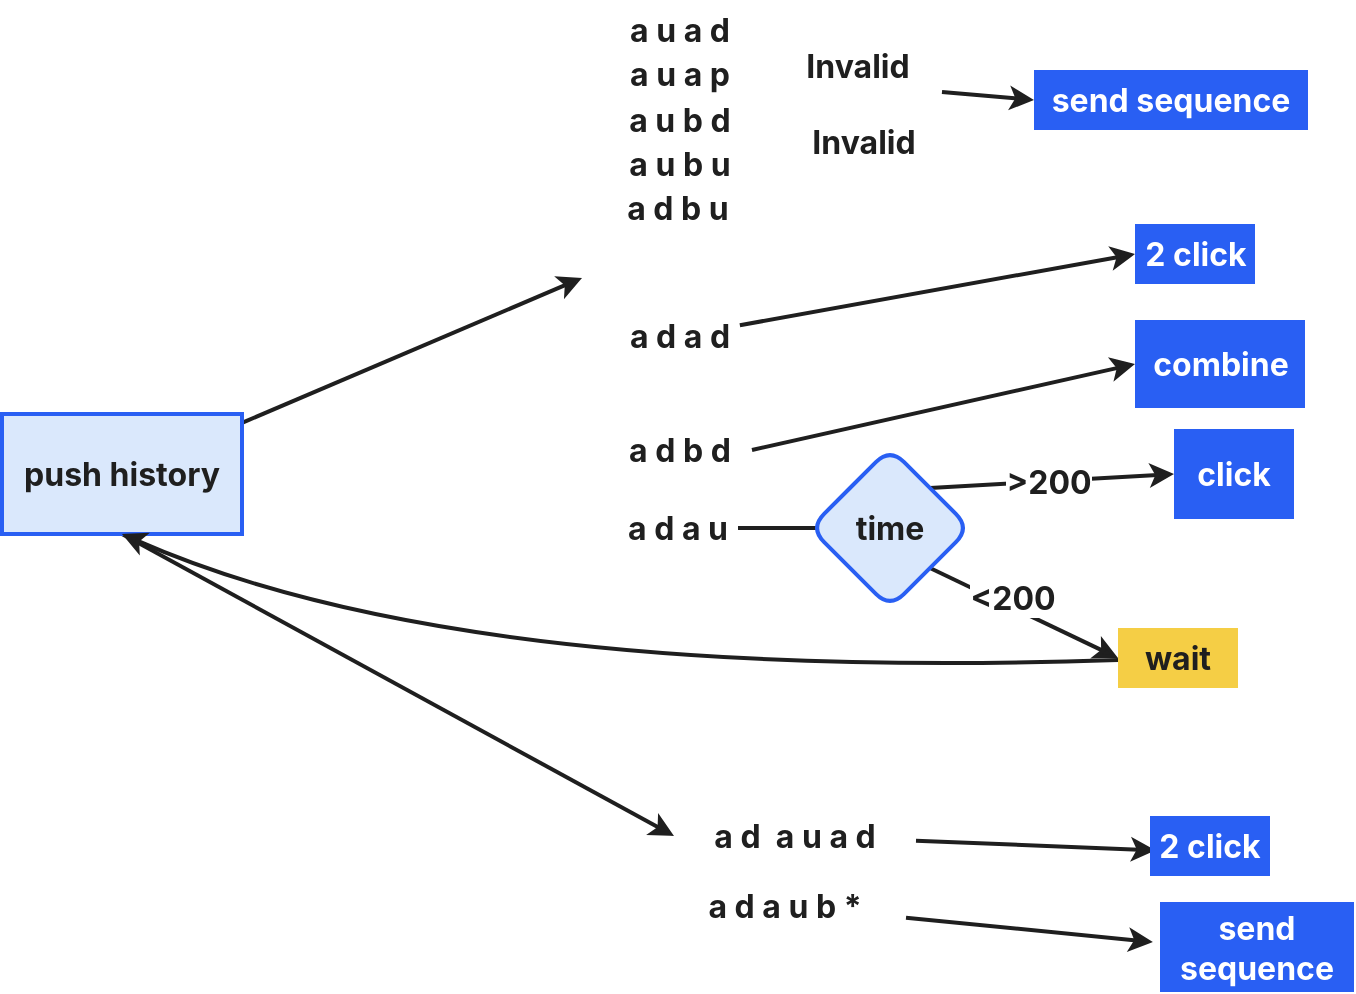
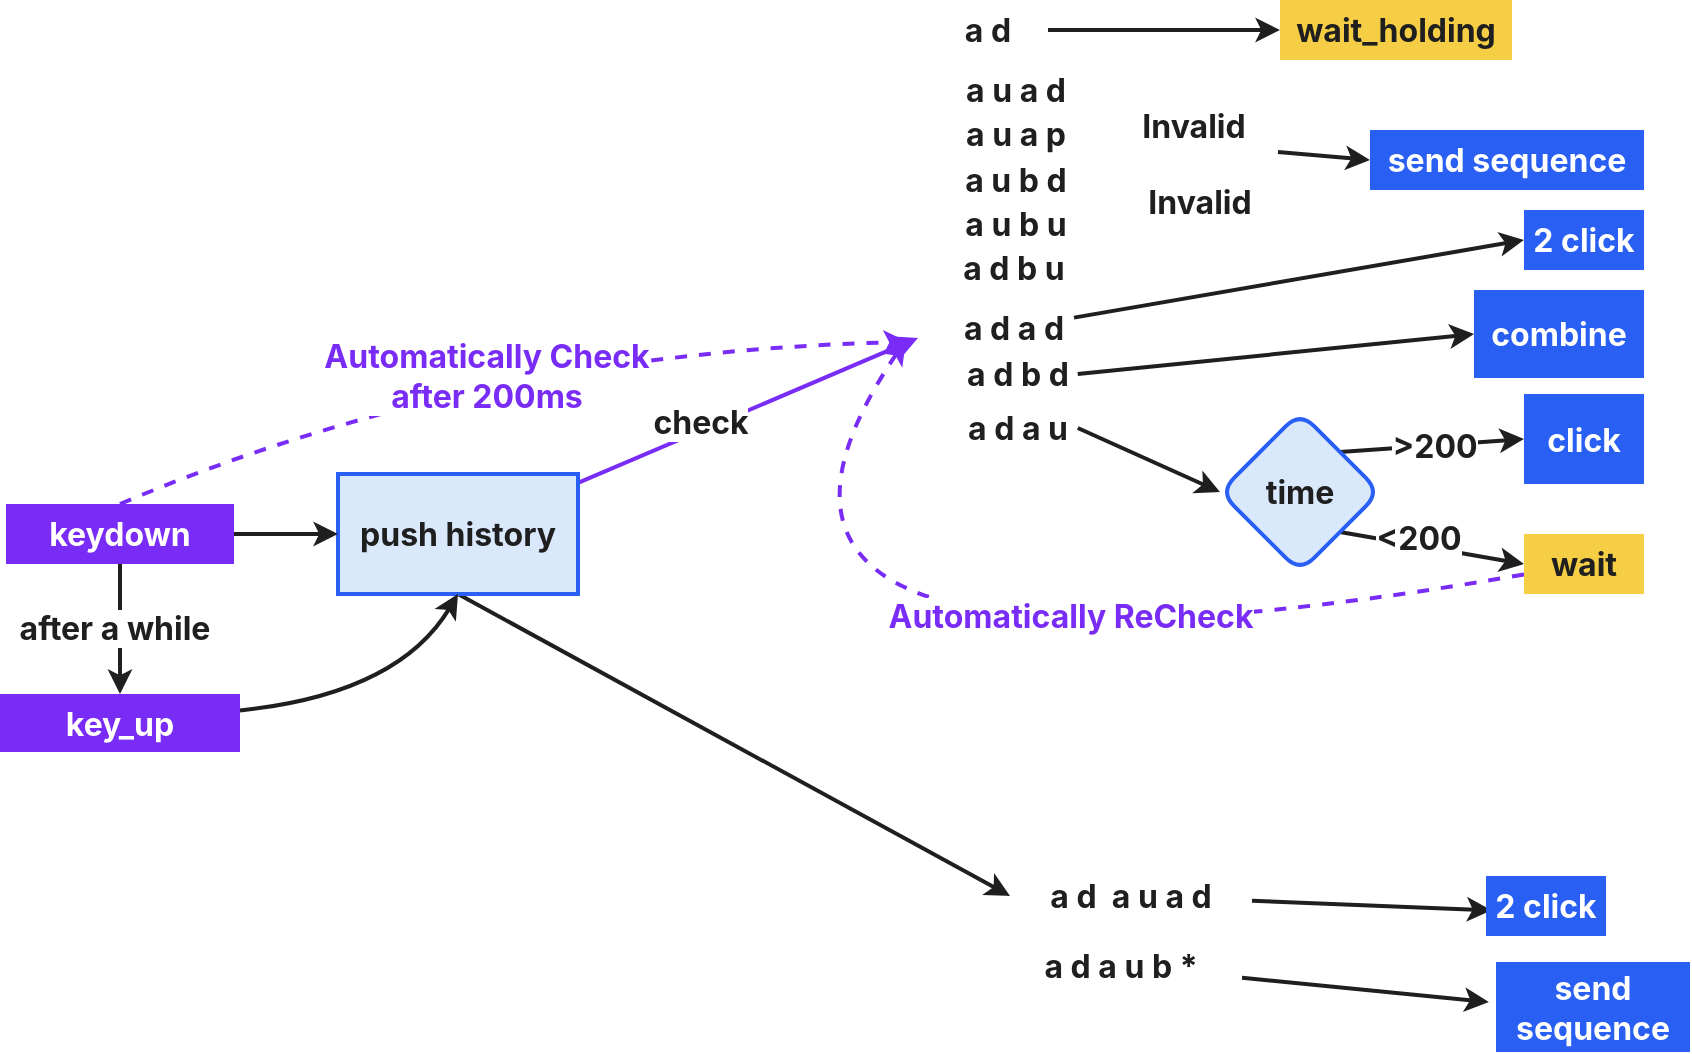
<mxfile host="Electron">
  <diagram name="第 1 页" id="pkKmNFdKuwxD6cocCO-O">
-     <mxGraphModel dx="949" dy="1098" grid="0" gridSize="10" guides="1" tooltips="1" connect="1" arrows="1" fold="1" page="0" pageScale="1" pageWidth="900" pageHeight="1600" math="0" shadow="0">
+     <mxGraphModel dx="1251" dy="1474" grid="0" gridSize="10" guides="1" tooltips="1" connect="1" arrows="1" fold="1" page="0" pageScale="1" pageWidth="900" pageHeight="1600" math="0" shadow="0">
      <root>
        <mxCell id="0" />
        <mxCell id="1" parent="0" />
-         <mxCell id="8RSGQX9VDeTdYY-9ZrZC-3" edge="1" parent="1" source="8RSGQX9VDeTdYY-9ZrZC-1" style="edgeStyle=none;curved=1;rounded=1;html=1;entryX=0;entryY=0.5;entryDx=0;entryDy=0;strokeColor=#1f1f1f;strokeWidth=2;fontFamily=Inter;fontSize=13;fontColor=#1f1f1f;fontStyle=1;">
+         <mxCell id="8RSGQX9VDeTdYY-9ZrZC-3" edge="1" parent="1" source="8RSGQX9VDeTdYY-9ZrZC-1" style="edgeStyle=none;curved=1;rounded=1;html=1;entryX=0;entryY=0.5;entryDx=0;entryDy=0;strokeColor=#792CF6;strokeWidth=2;fontFamily=Inter;fontSize=13;fontColor=#1f1f1f;fontStyle=1;fillColor=#F6E0FF;">
          <mxGeometry relative="1" as="geometry">
            <mxPoint x="81" y="-6" as="targetPoint" />
          </mxGeometry>
        </mxCell>
        <mxCell id="8RSGQX9VDeTdYY-9ZrZC-4" connectable="0" parent="8RSGQX9VDeTdYY-9ZrZC-3" style="edgeLabel;html=1;align=center;verticalAlign=middle;resizable=0;points=[];rounded=1;strokeColor=#295FF3;strokeWidth=2;fontFamily=Inter;fontSize=16;fontColor=#1f1f1f;fontStyle=1;fillColor=#dae8fc;" value="" vertex="1">
          <mxGeometry relative="1" x="-0.176" y="3" as="geometry">
            <mxPoint as="offset" />
          </mxGeometry>
        </mxCell>
        <mxCell id="8RSGQX9VDeTdYY-9ZrZC-5" connectable="0" parent="8RSGQX9VDeTdYY-9ZrZC-3" style="edgeLabel;html=1;align=center;verticalAlign=middle;resizable=0;points=[];rounded=1;strokeColor=#295FF3;strokeWidth=2;fontFamily=Inter;fontSize=16;fontColor=#1f1f1f;fontStyle=1;fillColor=#dae8fc;" value="" vertex="1">
          <mxGeometry relative="1" x="-0.0194" y="-7" as="geometry">
            <mxPoint as="offset" />
          </mxGeometry>
        </mxCell>
        <mxCell id="8RSGQX9VDeTdYY-9ZrZC-6" connectable="0" parent="8RSGQX9VDeTdYY-9ZrZC-3" style="edgeLabel;html=1;align=center;verticalAlign=middle;resizable=0;points=[];rounded=1;strokeColor=#295FF3;strokeWidth=2;fontFamily=Inter;fontSize=16;fontColor=#1f1f1f;fontStyle=1;fillColor=#dae8fc;" value="" vertex="1">
          <mxGeometry relative="1" x="-0.1575" y="4" as="geometry">
            <mxPoint as="offset" />
          </mxGeometry>
        </mxCell>
+         <mxCell id="yL5J5KfqwDVZsvk7tL1g-2" connectable="0" parent="8RSGQX9VDeTdYY-9ZrZC-3" style="edgeLabel;html=1;align=center;verticalAlign=middle;resizable=0;points=[];rounded=1;strokeColor=#295FF3;strokeWidth=2;fontFamily=Inter;fontSize=16;fontColor=#1f1f1f;fontStyle=1;fillColor=#dae8fc;" value="check" vertex="1">
+           <mxGeometry relative="1" x="-0.2646" y="4" as="geometry">
+             <mxPoint as="offset" />
+           </mxGeometry>
+         </mxCell>
        <mxCell id="8RSGQX9VDeTdYY-9ZrZC-37" edge="1" parent="1" source="8RSGQX9VDeTdYY-9ZrZC-1" style="edgeStyle=none;curved=1;rounded=1;html=1;exitX=0.5;exitY=1;exitDx=0;exitDy=0;entryX=0;entryY=0.5;entryDx=0;entryDy=0;strokeColor=#1f1f1f;strokeWidth=2;fontFamily=Inter;fontSize=13;fontColor=#1f1f1f;fontStyle=1;" target="8RSGQX9VDeTdYY-9ZrZC-31">
          <mxGeometry relative="1" as="geometry" />
        </mxCell>
        <mxCell id="8RSGQX9VDeTdYY-9ZrZC-1" parent="1" style="rounded=0;whiteSpace=wrap;html=1;strokeColor=#295FF3;strokeWidth=2;fontFamily=Inter;fontSize=16;fontColor=#1f1f1f;fontStyle=1;fillColor=#dae8fc;" value="push history" vertex="1">
          <mxGeometry height="60" width="120" x="-209" y="62" as="geometry" />
        </mxCell>
        <mxCell id="8RSGQX9VDeTdYY-9ZrZC-44" edge="1" parent="1" source="8RSGQX9VDeTdYY-9ZrZC-11" style="edgeStyle=none;curved=1;rounded=1;html=1;entryX=0;entryY=0.5;entryDx=0;entryDy=0;strokeColor=#1f1f1f;strokeWidth=2;fontFamily=Inter;fontSize=13;fontColor=#1f1f1f;fontStyle=1;" target="8RSGQX9VDeTdYY-9ZrZC-43">
          <mxGeometry relative="1" as="geometry" />
        </mxCell>
        <mxCell id="8RSGQX9VDeTdYY-9ZrZC-11" parent="1" style="text;html=1;whiteSpace=wrap;strokeColor=none;fillColor=none;align=center;verticalAlign=middle;rounded=0;fontFamily=Inter;fontSize=16;fontColor=#1f1f1f;fontStyle=1;" value="a d a d" vertex="1">
-           <mxGeometry height="30" width="60" x="99.94" y="8" as="geometry" />
-         </mxCell>
-         <mxCell id="8RSGQX9VDeTdYY-9ZrZC-22" edge="1" parent="1" source="8RSGQX9VDeTdYY-9ZrZC-12" style="edgeStyle=none;curved=1;rounded=1;html=1;strokeColor=#1f1f1f;strokeWidth=2;fontFamily=Inter;fontSize=13;fontColor=#1f1f1f;fontStyle=1;">
-           <mxGeometry relative="1" as="geometry">
-             <mxPoint x="254.42857360839844" y="119" as="targetPoint" />
+           <mxGeometry height="30" width="60" x="99" y="-26" as="geometry" />
+         </mxCell>
+         <mxCell id="8RSGQX9VDeTdYY-9ZrZC-22" edge="1" parent="1" source="8RSGQX9VDeTdYY-9ZrZC-12" style="edgeStyle=none;curved=1;rounded=1;html=1;strokeColor=#1f1f1f;strokeWidth=2;fontFamily=Inter;fontSize=13;fontColor=#1f1f1f;fontStyle=1;entryX=0;entryY=0.5;entryDx=0;entryDy=0;exitX=1;exitY=0.5;exitDx=0;exitDy=0;" target="8RSGQX9VDeTdYY-9ZrZC-24">
+           <mxGeometry relative="1" as="geometry">
+             <mxPoint x="249" y="114" as="targetPoint" />
          </mxGeometry>
        </mxCell>
        <mxCell id="8RSGQX9VDeTdYY-9ZrZC-12" parent="1" style="text;html=1;whiteSpace=wrap;strokeColor=none;fillColor=none;align=center;verticalAlign=middle;rounded=0;fontFamily=Inter;fontSize=16;fontColor=#1f1f1f;fontStyle=1;" value="a d a u" vertex="1">
-           <mxGeometry height="30" width="60" x="99" y="104" as="geometry" />
+           <mxGeometry height="30" width="60" x="100.88" y="24" as="geometry" />
        </mxCell>
        <mxCell id="8RSGQX9VDeTdYY-9ZrZC-13" parent="1" style="text;html=1;whiteSpace=wrap;strokeColor=none;fillColor=none;align=center;verticalAlign=middle;rounded=0;fontFamily=Inter;fontSize=16;fontColor=#1f1f1f;fontStyle=1;" value="a d b u" vertex="1">
          <mxGeometry height="30" width="60" x="99" y="-56" as="geometry" />
        </mxCell>
-         <mxCell id="8RSGQX9VDeTdYY-9ZrZC-35" edge="1" parent="1" style="edgeStyle=none;curved=1;rounded=1;html=1;strokeColor=#1f1f1f;strokeWidth=2;fontFamily=Inter;fontSize=13;fontColor=#1f1f1f;fontStyle=1;entryX=0;entryY=0.5;entryDx=0;entryDy=0;" target="8RSGQX9VDeTdYY-9ZrZC-36">
+         <mxCell id="8RSGQX9VDeTdYY-9ZrZC-35" edge="1" parent="1" source="8RSGQX9VDeTdYY-9ZrZC-15" style="edgeStyle=none;curved=1;rounded=1;html=1;strokeColor=#1f1f1f;strokeWidth=2;fontFamily=Inter;fontSize=13;fontColor=#1f1f1f;fontStyle=1;entryX=0;entryY=0.5;entryDx=0;entryDy=0;exitX=1;exitY=0.5;exitDx=0;exitDy=0;" target="8RSGQX9VDeTdYY-9ZrZC-36">
          <mxGeometry relative="1" as="geometry">
            <mxPoint x="166" y="80" as="sourcePoint" />
            <mxPoint x="259.5714569091797" y="43.714324951171875" as="targetPoint" />
          </mxGeometry>
        </mxCell>
        <mxCell id="8RSGQX9VDeTdYY-9ZrZC-15" parent="1" style="text;html=1;whiteSpace=wrap;strokeColor=none;fillColor=none;align=center;verticalAlign=middle;rounded=0;fontFamily=Inter;fontSize=16;fontColor=#1f1f1f;fontStyle=1;" value="a d&lt;span style=&quot;background-color: transparent; color: light-dark(rgb(31, 31, 31), rgb(210, 210, 210));&quot;&gt;&amp;nbsp;b d&lt;/span&gt;" vertex="1">
-           <mxGeometry height="30" width="60" x="99.94" y="65" as="geometry" />
+           <mxGeometry height="30" width="60" x="100.87" y="-3" as="geometry" />
        </mxCell>
        <mxCell id="8RSGQX9VDeTdYY-9ZrZC-19" parent="1" style="text;html=1;whiteSpace=wrap;strokeColor=none;fillColor=none;align=center;verticalAlign=middle;rounded=0;fontFamily=Inter;fontSize=16;fontColor=#1f1f1f;fontStyle=1;" value="Invalid" vertex="1">
          <mxGeometry height="30" width="60" x="189" y="-127" as="geometry" />
        </mxCell>
        <mxCell id="8RSGQX9VDeTdYY-9ZrZC-21" parent="1" style="text;html=1;whiteSpace=wrap;strokeColor=none;fillColor=none;align=center;verticalAlign=middle;rounded=0;fontFamily=Inter;fontSize=16;fontColor=#1f1f1f;fontStyle=1;" value="Invalid" vertex="1">
          <mxGeometry height="30" width="60" x="192" y="-89" as="geometry" />
        </mxCell>
-         <mxCell id="8RSGQX9VDeTdYY-9ZrZC-26" edge="1" parent="1" source="8RSGQX9VDeTdYY-9ZrZC-23" style="edgeStyle=none;curved=1;rounded=1;html=1;entryX=0.5;entryY=1;entryDx=0;entryDy=0;strokeColor=#1f1f1f;strokeWidth=2;fontFamily=Inter;fontSize=13;fontColor=#1f1f1f;fontStyle=1;" target="8RSGQX9VDeTdYY-9ZrZC-1">
+         <mxCell id="8RSGQX9VDeTdYY-9ZrZC-26" edge="1" parent="1" source="8RSGQX9VDeTdYY-9ZrZC-23" style="edgeStyle=none;curved=1;rounded=1;html=1;strokeColor=#792CF6;strokeWidth=2;fontFamily=Inter;fontSize=13;fontColor=#1f1f1f;fontStyle=1;dashed=1;fillColor=#F6E0FF;">
          <mxGeometry relative="1" as="geometry">
            <Array as="points">
-               <mxPoint x="19" y="196" />
+               <mxPoint x="-57" y="189" />
            </Array>
+             <mxPoint x="75" y="-5" as="targetPoint" />
+           </mxGeometry>
+         </mxCell>
+         <mxCell id="yL5J5KfqwDVZsvk7tL1g-1" connectable="0" parent="8RSGQX9VDeTdYY-9ZrZC-26" style="edgeLabel;html=1;align=center;verticalAlign=middle;resizable=0;points=[];rounded=1;strokeColor=#295FF3;strokeWidth=2;fontFamily=Inter;fontSize=16;fontColor=#792CF6;fontStyle=1;fillColor=#dae8fc;" value="Automatically ReCheck" vertex="1">
+           <mxGeometry relative="1" x="0.0144" y="-14" as="geometry">
+             <mxPoint x="116" y="-25" as="offset" />
          </mxGeometry>
        </mxCell>
        <mxCell id="8RSGQX9VDeTdYY-9ZrZC-23" parent="1" style="text;html=1;whiteSpace=wrap;strokeColor=none;fillColor=#F5CE45;align=center;verticalAlign=middle;rounded=0;fontFamily=Inter;fontSize=16;fontColor=#1f1f1f;fontStyle=1;" value="wait" vertex="1">
-           <mxGeometry height="30" width="60" x="349" y="169" as="geometry" />
+           <mxGeometry height="30" width="60" x="384" y="92" as="geometry" />
        </mxCell>
        <mxCell id="8RSGQX9VDeTdYY-9ZrZC-25" edge="1" parent="1" source="8RSGQX9VDeTdYY-9ZrZC-24" style="edgeStyle=none;curved=1;rounded=1;html=1;exitX=1;exitY=1;exitDx=0;exitDy=0;entryX=0;entryY=0.5;entryDx=0;entryDy=0;strokeColor=#1f1f1f;strokeWidth=2;fontFamily=Inter;fontSize=13;fontColor=#1f1f1f;fontStyle=1;" target="8RSGQX9VDeTdYY-9ZrZC-23">
          <mxGeometry relative="1" as="geometry" />
        </mxCell>
        <mxCell id="8RSGQX9VDeTdYY-9ZrZC-42" connectable="0" parent="8RSGQX9VDeTdYY-9ZrZC-25" style="edgeLabel;html=1;align=center;verticalAlign=middle;resizable=0;points=[];rounded=1;strokeColor=#295FF3;strokeWidth=2;fontFamily=Inter;fontSize=16;fontColor=#1f1f1f;fontStyle=1;fillColor=#dae8fc;" value="&amp;lt;200" vertex="1">
          <mxGeometry relative="1" x="-0.1661" y="4" as="geometry">
            <mxPoint as="offset" />
          </mxGeometry>
        </mxCell>
        <mxCell id="8RSGQX9VDeTdYY-9ZrZC-27" edge="1" parent="1" source="8RSGQX9VDeTdYY-9ZrZC-24" style="edgeStyle=none;curved=1;rounded=1;html=1;exitX=1;exitY=0;exitDx=0;exitDy=0;strokeColor=#1f1f1f;strokeWidth=2;fontFamily=Inter;fontSize=13;fontColor=#1f1f1f;fontStyle=1;entryX=0;entryY=0.5;entryDx=0;entryDy=0;" target="8RSGQX9VDeTdYY-9ZrZC-28">
          <mxGeometry relative="1" as="geometry">
            <mxPoint x="355.5714569091797" y="74.00006103515625" as="targetPoint" />
          </mxGeometry>
        </mxCell>
        <mxCell id="8RSGQX9VDeTdYY-9ZrZC-41" connectable="0" parent="8RSGQX9VDeTdYY-9ZrZC-27" style="edgeLabel;html=1;align=center;verticalAlign=middle;resizable=0;points=[];rounded=1;strokeColor=#295FF3;strokeWidth=2;fontFamily=Inter;fontSize=16;fontColor=#1f1f1f;fontStyle=1;fillColor=#dae8fc;" value="&amp;gt;200" vertex="1">
          <mxGeometry relative="1" x="-0.2231" y="2" as="geometry">
            <mxPoint x="11" y="1" as="offset" />
          </mxGeometry>
        </mxCell>
        <mxCell id="8RSGQX9VDeTdYY-9ZrZC-24" parent="1" style="rhombus;whiteSpace=wrap;html=1;rounded=1;strokeColor=#295FF3;strokeWidth=2;fontFamily=Inter;fontSize=16;fontColor=#1f1f1f;fontStyle=1;fillColor=#dae8fc;" value="time" vertex="1">
-           <mxGeometry height="80" width="80" x="195" y="79" as="geometry" />
+           <mxGeometry height="80" width="80" x="232" y="31" as="geometry" />
        </mxCell>
        <mxCell id="8RSGQX9VDeTdYY-9ZrZC-28" parent="1" style="text;html=1;whiteSpace=wrap;strokeColor=none;fillColor=#295FF3;align=center;verticalAlign=middle;rounded=0;fontFamily=Inter;fontSize=16;fontColor=#ffffff;fontStyle=1;" value="click" vertex="1">
-           <mxGeometry height="45" width="60" x="377" y="69.5" as="geometry" />
+           <mxGeometry height="45" width="60" x="384" y="22" as="geometry" />
        </mxCell>
        <mxCell id="8RSGQX9VDeTdYY-9ZrZC-29" parent="1" style="text;html=1;whiteSpace=wrap;strokeColor=none;fillColor=#295FF3;align=center;verticalAlign=middle;rounded=0;fontFamily=Inter;fontSize=16;fontColor=#ffffff;fontStyle=1;" value="send sequence" vertex="1">
          <mxGeometry height="30" width="137" x="307" y="-110" as="geometry" />
        </mxCell>
        <mxCell id="8RSGQX9VDeTdYY-9ZrZC-9" parent="1" style="text;html=1;whiteSpace=wrap;strokeColor=none;fillColor=none;align=center;verticalAlign=middle;rounded=0;fontFamily=Inter;fontSize=16;fontColor=#1f1f1f;fontStyle=1;" value="a u a d" vertex="1">
          <mxGeometry height="30" width="61.875" x="99" y="-145" as="geometry" />
        </mxCell>
        <mxCell id="8RSGQX9VDeTdYY-9ZrZC-10" parent="1" style="text;html=1;whiteSpace=wrap;strokeColor=none;fillColor=none;align=center;verticalAlign=middle;rounded=0;fontFamily=Inter;fontSize=16;fontColor=#1f1f1f;fontStyle=1;" value="a u a p" vertex="1">
          <mxGeometry height="30" width="61.875" x="99" y="-123" as="geometry" />
        </mxCell>
        <mxCell id="8RSGQX9VDeTdYY-9ZrZC-14" parent="1" style="text;html=1;whiteSpace=wrap;strokeColor=none;fillColor=none;align=center;verticalAlign=middle;rounded=0;fontFamily=Inter;fontSize=16;fontColor=#1f1f1f;fontStyle=1;" value="a u&lt;span style=&quot;background-color: transparent; color: light-dark(rgb(31, 31, 31), rgb(210, 210, 210));&quot;&gt;&amp;nbsp;b d&lt;/span&gt;" vertex="1">
          <mxGeometry height="30" width="61.875" x="99" y="-100" as="geometry" />
        </mxCell>
        <mxCell id="8RSGQX9VDeTdYY-9ZrZC-17" parent="1" style="text;html=1;whiteSpace=wrap;strokeColor=none;fillColor=none;align=center;verticalAlign=middle;rounded=0;fontFamily=Inter;fontSize=16;fontColor=#1f1f1f;fontStyle=1;" value="a u b u" vertex="1">
          <mxGeometry height="30" width="61.875" x="99" y="-78" as="geometry" />
        </mxCell>
        <mxCell id="8RSGQX9VDeTdYY-9ZrZC-32" edge="1" parent="1" source="8RSGQX9VDeTdYY-9ZrZC-31" style="edgeStyle=none;curved=1;rounded=1;html=1;strokeColor=#1f1f1f;strokeWidth=2;fontFamily=Inter;fontSize=13;fontColor=#1f1f1f;fontStyle=1;">
          <mxGeometry relative="1" as="geometry">
            <mxPoint x="367.7142791748047" y="280.1428527832031" as="targetPoint" />
          </mxGeometry>
        </mxCell>
        <mxCell id="8RSGQX9VDeTdYY-9ZrZC-31" parent="1" style="text;html=1;whiteSpace=wrap;strokeColor=none;fillColor=none;align=center;verticalAlign=middle;rounded=0;fontFamily=Inter;fontSize=16;fontColor=#1f1f1f;fontStyle=1;" value="a d&amp;nbsp; a u a d" vertex="1">
          <mxGeometry height="30" width="121" x="127" y="258" as="geometry" />
        </mxCell>
        <mxCell id="8RSGQX9VDeTdYY-9ZrZC-33" parent="1" style="text;html=1;whiteSpace=wrap;strokeColor=none;fillColor=#295FF3;align=center;verticalAlign=middle;rounded=0;fontFamily=Inter;fontSize=16;fontColor=#ffffff;fontStyle=1;" value="2 click" vertex="1">
          <mxGeometry height="30" width="60" x="365" y="263" as="geometry" />
        </mxCell>
        <mxCell id="8RSGQX9VDeTdYY-9ZrZC-34" edge="1" parent="1" style="endArrow=classic;html=1;rounded=1;strokeColor=#1f1f1f;strokeWidth=2;fontFamily=Inter;fontSize=13;fontColor=#1f1f1f;fontStyle=1;curved=1;entryX=0;entryY=0.5;entryDx=0;entryDy=0;" target="8RSGQX9VDeTdYY-9ZrZC-29" value="">
          <mxGeometry height="50" relative="1" width="50" as="geometry">
            <mxPoint x="261" y="-99" as="sourcePoint" />
            <mxPoint x="302" y="-96" as="targetPoint" />
          </mxGeometry>
        </mxCell>
        <mxCell id="8RSGQX9VDeTdYY-9ZrZC-36" parent="1" style="text;html=1;whiteSpace=wrap;strokeColor=none;fillColor=#295FF3;align=center;verticalAlign=middle;rounded=0;fontFamily=Inter;fontSize=16;fontColor=#ffffff;fontStyle=1;" value="combine" vertex="1">
-           <mxGeometry height="44" width="85" x="357.5" y="15" as="geometry" />
+           <mxGeometry height="44" width="85" x="359" y="-30" as="geometry" />
        </mxCell>
        <mxCell id="8RSGQX9VDeTdYY-9ZrZC-39" edge="1" parent="1" source="8RSGQX9VDeTdYY-9ZrZC-38" style="edgeStyle=none;curved=1;rounded=1;html=1;strokeColor=#1f1f1f;strokeWidth=2;fontFamily=Inter;fontSize=13;fontColor=#1f1f1f;fontStyle=1;">
          <mxGeometry relative="1" as="geometry">
            <mxPoint x="366.4286346435547" y="326" as="targetPoint" />
          </mxGeometry>
        </mxCell>
        <mxCell id="8RSGQX9VDeTdYY-9ZrZC-38" parent="1" style="text;html=1;whiteSpace=wrap;strokeColor=none;fillColor=none;align=center;verticalAlign=middle;rounded=0;fontFamily=Inter;fontSize=16;fontColor=#1f1f1f;fontStyle=1;" value="a d a u b *" vertex="1">
          <mxGeometry height="30" width="121" x="122" y="293" as="geometry" />
        </mxCell>
        <mxCell id="8RSGQX9VDeTdYY-9ZrZC-40" parent="1" style="text;html=1;whiteSpace=wrap;strokeColor=none;fillColor=#295FF3;align=center;verticalAlign=middle;rounded=0;fontFamily=Inter;fontSize=16;fontColor=#ffffff;fontStyle=1;" value="send sequence" vertex="1">
          <mxGeometry height="45" width="97" x="370" y="306" as="geometry" />
        </mxCell>
        <mxCell id="8RSGQX9VDeTdYY-9ZrZC-43" parent="1" style="text;html=1;whiteSpace=wrap;strokeColor=none;fillColor=#295FF3;align=center;verticalAlign=middle;rounded=0;fontFamily=Inter;fontSize=16;fontColor=#ffffff;fontStyle=1;" value="2 click" vertex="1">
-           <mxGeometry height="30" width="60" x="357.5" y="-33" as="geometry" />
+           <mxGeometry height="30" width="60" x="384" y="-70" as="geometry" />
+         </mxCell>
+         <mxCell id="yL5J5KfqwDVZsvk7tL1g-4" edge="1" parent="1" source="yL5J5KfqwDVZsvk7tL1g-3" style="edgeStyle=none;curved=1;rounded=1;html=1;strokeColor=#792CF6;strokeWidth=2;fontFamily=Inter;fontSize=13;fontColor=#1f1f1f;fontStyle=1;fillColor=#F6E0FF;dashed=1;exitX=0.5;exitY=0;exitDx=0;exitDy=0;">
+           <mxGeometry relative="1" as="geometry">
+             <Array as="points">
+               <mxPoint x="-139" y="1" />
+             </Array>
+             <mxPoint x="76" y="-4" as="targetPoint" />
+           </mxGeometry>
+         </mxCell>
+         <mxCell id="yL5J5KfqwDVZsvk7tL1g-5" connectable="0" parent="yL5J5KfqwDVZsvk7tL1g-4" style="edgeLabel;html=1;align=center;verticalAlign=middle;resizable=0;points=[];rounded=1;strokeColor=#295FF3;strokeWidth=2;fontFamily=Inter;fontSize=16;fontColor=#792CF6;fontStyle=1;fillColor=#dae8fc;" value="Automatically Check&lt;div&gt;after 200ms&lt;/div&gt;" vertex="1">
+           <mxGeometry relative="1" x="-0.2774" y="39" as="geometry">
+             <mxPoint x="62" y="29" as="offset" />
+           </mxGeometry>
+         </mxCell>
+         <mxCell id="yL5J5KfqwDVZsvk7tL1g-11" edge="1" parent="1" source="yL5J5KfqwDVZsvk7tL1g-3" style="edgeStyle=none;curved=1;rounded=1;html=1;entryX=0;entryY=0.5;entryDx=0;entryDy=0;strokeColor=#1f1f1f;strokeWidth=2;fontFamily=Inter;fontSize=13;fontColor=#1f1f1f;fontStyle=1;" target="8RSGQX9VDeTdYY-9ZrZC-1">
+           <mxGeometry relative="1" as="geometry" />
+         </mxCell>
+         <mxCell id="yL5J5KfqwDVZsvk7tL1g-13" edge="1" parent="1" source="yL5J5KfqwDVZsvk7tL1g-3" style="edgeStyle=none;curved=1;rounded=1;html=1;strokeColor=#1f1f1f;strokeWidth=2;fontFamily=Inter;fontSize=13;fontColor=#1f1f1f;fontStyle=1;" target="yL5J5KfqwDVZsvk7tL1g-12" value="">
+           <mxGeometry relative="1" as="geometry" />
+         </mxCell>
+         <mxCell id="yL5J5KfqwDVZsvk7tL1g-15" connectable="0" parent="yL5J5KfqwDVZsvk7tL1g-13" style="edgeLabel;html=1;align=center;verticalAlign=middle;resizable=0;points=[];rounded=1;strokeColor=#295FF3;strokeWidth=2;fontFamily=Inter;fontSize=16;fontColor=#1f1f1f;fontStyle=1;fillColor=#dae8fc;" value="after a while" vertex="1">
+           <mxGeometry relative="1" x="-0.0164" y="-3" as="geometry">
+             <mxPoint as="offset" />
+           </mxGeometry>
+         </mxCell>
+         <mxCell id="yL5J5KfqwDVZsvk7tL1g-3" parent="1" style="text;html=1;whiteSpace=wrap;strokeColor=none;fillColor=#792CF6;align=center;verticalAlign=middle;rounded=0;fontFamily=Inter;fontSize=16;fontColor=#ffffff;fontStyle=1;" value="keydown" vertex="1">
+           <mxGeometry height="30" width="114" x="-375" y="77" as="geometry" />
+         </mxCell>
+         <mxCell id="yL5J5KfqwDVZsvk7tL1g-10" edge="1" parent="1" source="yL5J5KfqwDVZsvk7tL1g-8" style="edgeStyle=none;curved=1;rounded=1;html=1;entryX=0;entryY=0.5;entryDx=0;entryDy=0;strokeColor=#1f1f1f;strokeWidth=2;fontFamily=Inter;fontSize=13;fontColor=#1f1f1f;fontStyle=1;" target="yL5J5KfqwDVZsvk7tL1g-9">
+           <mxGeometry relative="1" as="geometry" />
+         </mxCell>
+         <mxCell id="yL5J5KfqwDVZsvk7tL1g-8" parent="1" style="text;html=1;whiteSpace=wrap;strokeColor=none;fillColor=none;align=center;verticalAlign=middle;rounded=0;fontFamily=Inter;fontSize=16;fontColor=#1f1f1f;fontStyle=1;" value="a d" vertex="1">
+           <mxGeometry height="30" width="60" x="86" y="-175" as="geometry" />
+         </mxCell>
+         <mxCell id="yL5J5KfqwDVZsvk7tL1g-9" parent="1" style="text;html=1;whiteSpace=wrap;strokeColor=none;fillColor=#F5CE45;align=center;verticalAlign=middle;rounded=0;fontFamily=Inter;fontSize=16;fontColor=#1f1f1f;fontStyle=1;" value="wait_holding" vertex="1">
+           <mxGeometry height="30" width="116" x="262" y="-175" as="geometry" />
+         </mxCell>
+         <mxCell id="yL5J5KfqwDVZsvk7tL1g-14" edge="1" parent="1" source="yL5J5KfqwDVZsvk7tL1g-12" style="edgeStyle=none;curved=1;rounded=1;html=1;entryX=0.5;entryY=1;entryDx=0;entryDy=0;strokeColor=#1f1f1f;strokeWidth=2;fontFamily=Inter;fontSize=13;fontColor=#1f1f1f;fontStyle=1;" target="8RSGQX9VDeTdYY-9ZrZC-1">
+           <mxGeometry relative="1" as="geometry">
+             <Array as="points">
+               <mxPoint x="-179" y="172" />
+             </Array>
+           </mxGeometry>
+         </mxCell>
+         <mxCell id="yL5J5KfqwDVZsvk7tL1g-12" parent="1" style="whiteSpace=wrap;html=1;fontSize=16;fontFamily=Inter;fillColor=#792CF6;strokeColor=none;fontColor=#ffffff;gradientColor=none;rounded=0;fontStyle=1;strokeWidth=2;" value="key_up" vertex="1">
+           <mxGeometry height="29" width="120" x="-378" y="172" as="geometry" />
        </mxCell>
      </root>
    </mxGraphModel>
  </diagram>
</mxfile>
